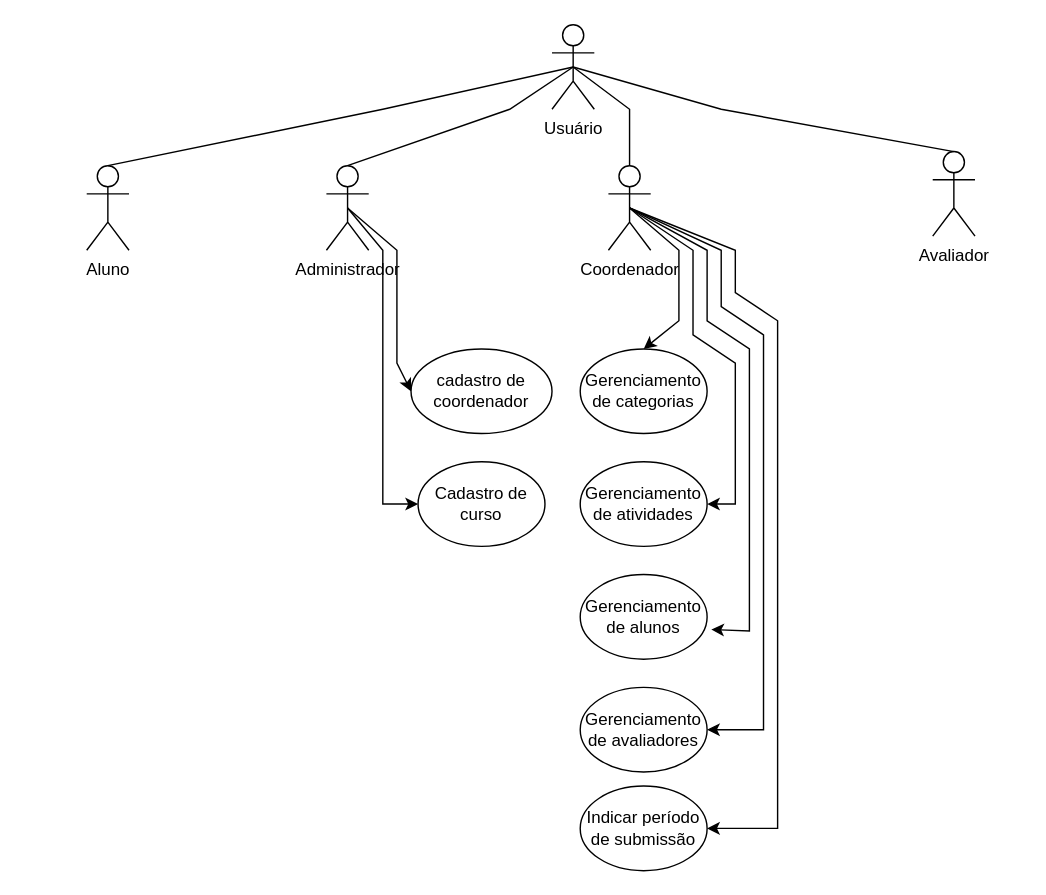
Earlier version of the draw.io diagram trabanalise.drawio (DGzzzzz/ADS_IF). Source tidied: cells renumbered, new cells numbered last; positions are measured from the earlier drawing's top-left corner, leaving out a move shared by most shapes. Both pictures are drawn from the tidied source at 141%, with x=0, y=0 at pixel (86, 24).
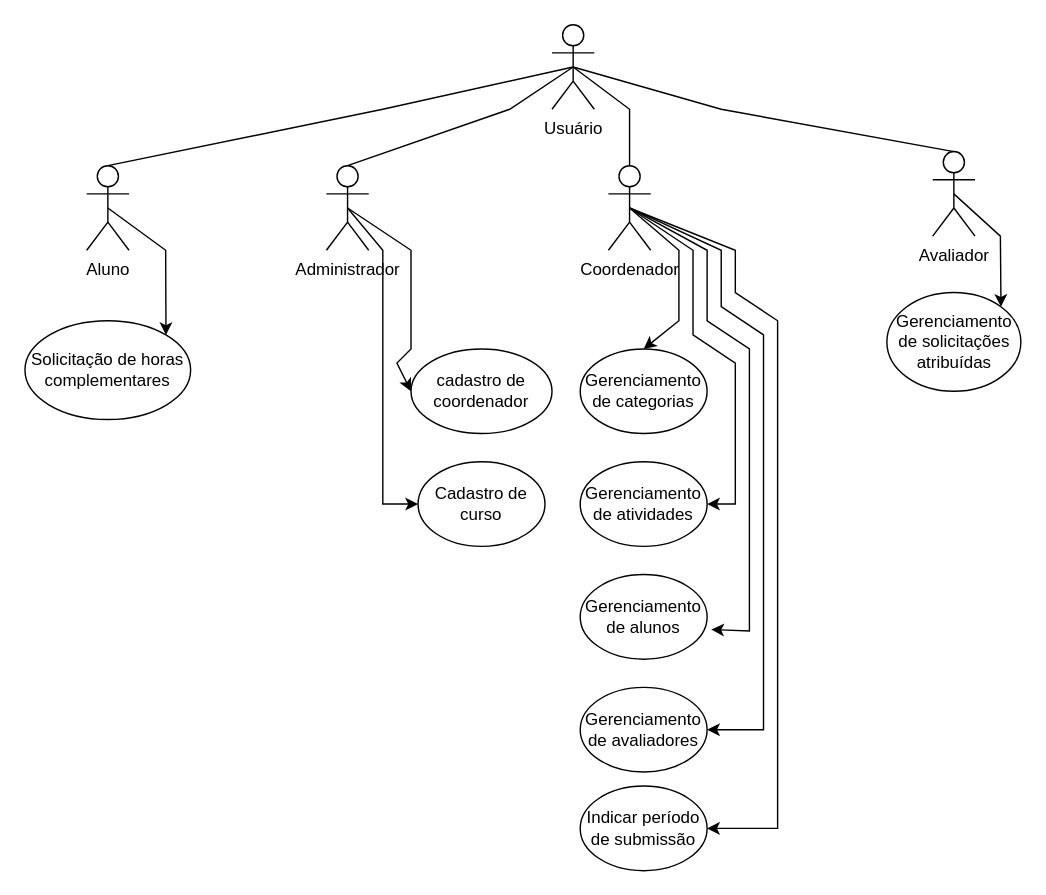
Above is the later version.

Unchanged cells that the change refers to:
```xml
<mxCell id="3" value="Aluno" style="shape=umlActor;verticalLabelPosition=bottom;verticalAlign=top;html=1;outlineConnect=0;" parent="1" vertex="1">
  <mxGeometry y="100" width="30" height="60" as="geometry" />
</mxCell>
<mxCell id="4" value="Administrador" style="shape=umlActor;verticalLabelPosition=bottom;verticalAlign=top;html=1;outlineConnect=0;" parent="1" vertex="1">
  <mxGeometry x="170" y="100" width="30" height="60" as="geometry" />
</mxCell>
<mxCell id="6" value="Avaliador" style="shape=umlActor;verticalLabelPosition=bottom;verticalAlign=top;html=1;outlineConnect=0;" parent="1" vertex="1">
  <mxGeometry x="600" y="90" width="30" height="60" as="geometry" />
</mxCell>
<mxCell id="12" value="cadastro de coordenador" style="ellipse;whiteSpace=wrap;html=1;" parent="1" vertex="1">
  <mxGeometry x="230" y="230" width="100" height="60" as="geometry" />
</mxCell>
```

Diff of the diagram source:
```diff
@@
     <mxCell id="16" style="endArrow=classic;html=1;rounded=0;exitX=0.5;exitY=0.5;exitDx=0;exitDy=0;exitPerimeter=0;entryX=0;entryY=0.5;entryDx=0;entryDy=0;" parent="1" edge="1" source="4" target="12">
       <mxGeometry relative="1" as="geometry">
         <Array as="points">
-          <mxPoint x="220" y="160" />
-          <mxPoint x="220" y="210" />
+          <mxPoint x="230" y="160" />
+          <mxPoint x="230" y="230" />
           <mxPoint x="220" y="240" />
         </Array>
       </mxGeometry>
     </mxCell>
@@
+    <mxCell id="25" value="Solicitação de horas complementares" style="ellipse;whiteSpace=wrap;html=1;" parent="1" vertex="1">
+      <mxGeometry x="-43.8" y="210" width="117.5" height="70" as="geometry" />
+    </mxCell>
+    <mxCell id="26" style="endArrow=classic;html=1;rounded=0;exitX=0.5;exitY=0.5;exitDx=0;exitDy=0;exitPerimeter=0;entryX=1;entryY=0;entryDx=0;entryDy=0;" parent="1" edge="1" source="3" target="25">
+      <mxGeometry relative="1" as="geometry">
+        <Array as="points">
+          <mxPoint x="56" y="160" />
+        </Array>
+      </mxGeometry>
+    </mxCell>
+    <mxCell id="27" value="Gerenciamento de solicitações atribuídas" style="ellipse;whiteSpace=wrap;html=1;" parent="1" vertex="1">
+      <mxGeometry x="567.5" y="190" width="95" height="70" as="geometry" />
+    </mxCell>
+    <mxCell id="28" style="endArrow=classic;html=1;rounded=0;exitX=0.5;exitY=0.5;exitDx=0;exitDy=0;exitPerimeter=0;entryX=1;entryY=0;entryDx=0;entryDy=0;" parent="1" edge="1" source="6" target="27">
+      <mxGeometry relative="1" as="geometry">
+        <Array as="points">
+          <mxPoint x="648" y="150" />
+        </Array>
+      </mxGeometry>
+    </mxCell>
```
